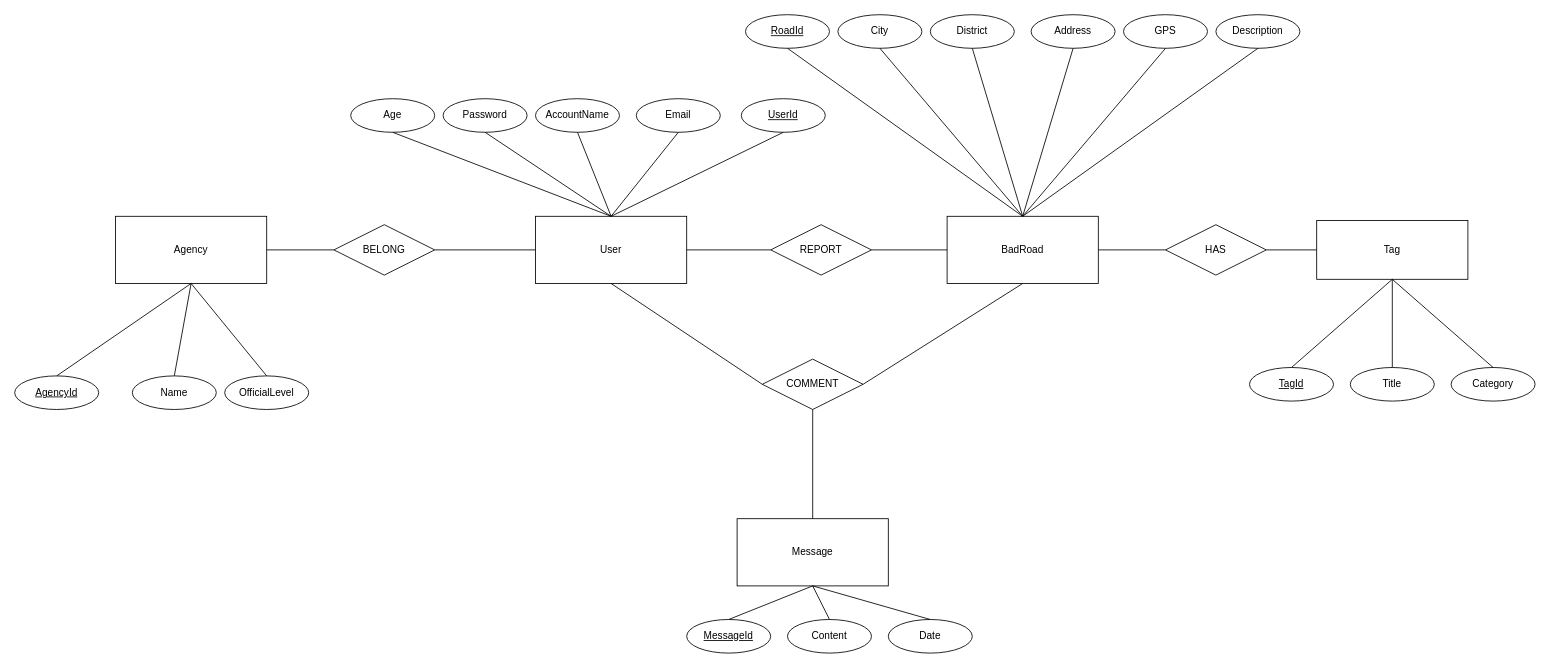
Before: ER/ER.drawio in Rushyuheng/NCKU_CSIE_7300_DBMS_SafeRoadToHome, a draw.io diagram. Source tidied: cells renumbered, new cells numbered last; positions are measured from the earlier drawing's top-left corner, leaving out a move shared by most shapes. Both pictures are drawn from the tidied source at 84%, with x=0, y=0 at pixel (14, 14).
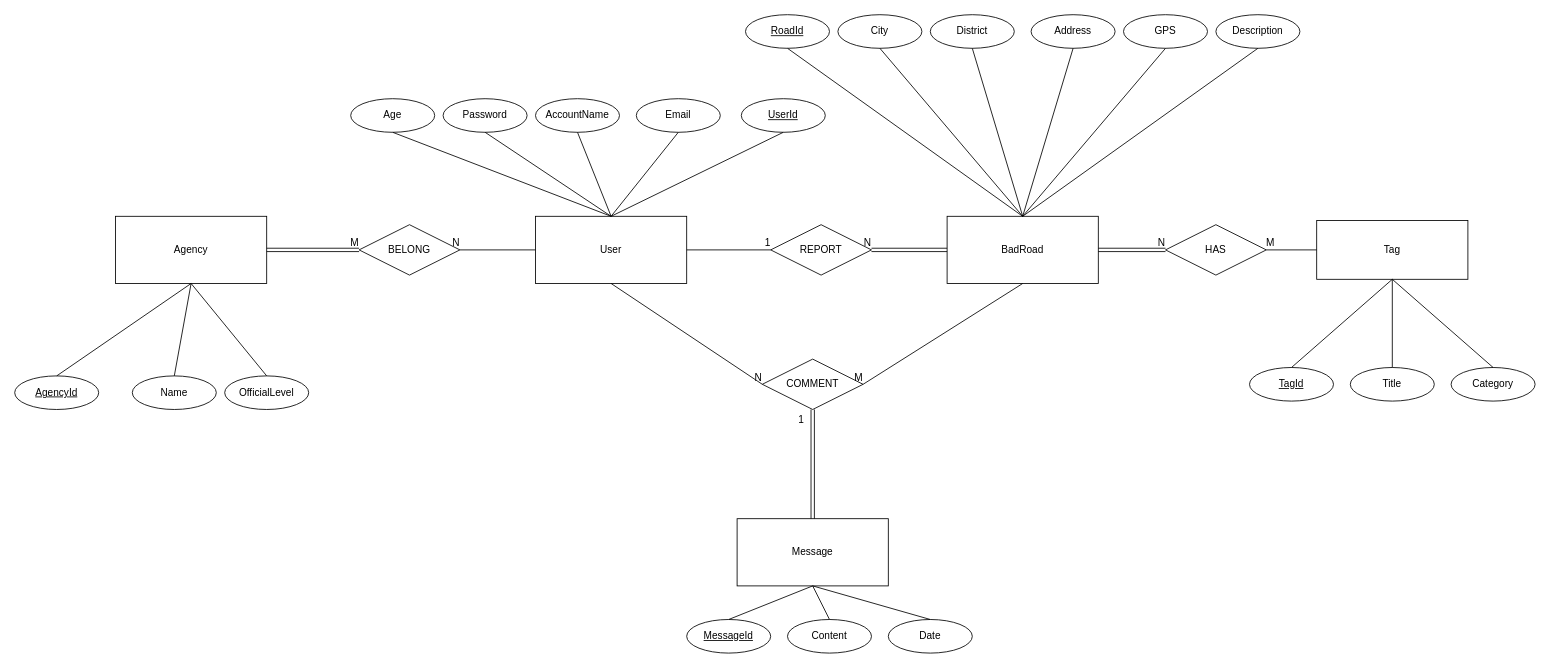
The same diagram, later.

The change refers to these unchanged cells:
```xml
<mxCell id="2" value="User" style="whiteSpace=wrap;html=1;align=center;" parent="1" vertex="1">
  <mxGeometry x="620" y="240" width="180" height="80" as="geometry" />
</mxCell>
<mxCell id="3" value="BadRoad" style="whiteSpace=wrap;html=1;align=center;" parent="1" vertex="1">
  <mxGeometry x="1110" y="240" width="180" height="80" as="geometry" />
</mxCell>
<mxCell id="4" value="REPORT" style="shape=rhombus;perimeter=rhombusPerimeter;whiteSpace=wrap;html=1;align=center;" parent="1" vertex="1">
  <mxGeometry x="900" y="250" width="120" height="60" as="geometry" />
</mxCell>
<mxCell id="7" value="Message" style="whiteSpace=wrap;html=1;align=center;" parent="1" vertex="1">
  <mxGeometry x="860" y="600" width="180" height="80" as="geometry" />
</mxCell>
<mxCell id="8" value="COMMENT" style="shape=rhombus;perimeter=rhombusPerimeter;whiteSpace=wrap;html=1;align=center;" parent="1" vertex="1">
  <mxGeometry x="890" y="410" width="120" height="60" as="geometry" />
</mxCell>
<mxCell id="12" value="Tag" style="whiteSpace=wrap;html=1;align=center;" parent="1" vertex="1">
  <mxGeometry x="1550" y="245" width="180" height="70" as="geometry" />
</mxCell>
<mxCell id="13" value="HAS" style="shape=rhombus;perimeter=rhombusPerimeter;whiteSpace=wrap;html=1;align=center;" parent="1" vertex="1">
  <mxGeometry x="1370" y="250" width="120" height="60" as="geometry" />
</mxCell>
<mxCell id="16" value="Agency" style="whiteSpace=wrap;html=1;align=center;" parent="1" vertex="1">
  <mxGeometry x="120" y="240" width="180" height="80" as="geometry" />
</mxCell>
```

Change to the diagram source:
```diff
@@
-    <mxCell id="5" style="endArrow=none;html=1;rounded=0;exitX=1;exitY=0.5;exitDx=0;exitDy=0;" parent="1" edge="1" source="2" target="4">
-      <mxGeometry relative="1" as="geometry" />
-    </mxCell>
-    <mxCell id="6" style="endArrow=none;html=1;rounded=0;exitX=1;exitY=0.5;exitDx=0;exitDy=0;entryX=0;entryY=0.5;entryDx=0;entryDy=0;" parent="1" edge="1" source="4" target="3">
-      <mxGeometry relative="1" as="geometry" />
-    </mxCell>
@@
-    <mxCell id="9" style="endArrow=none;html=1;rounded=0;exitX=0.5;exitY=1;exitDx=0;exitDy=0;entryX=0;entryY=0.5;entryDx=0;entryDy=0;" parent="1" edge="1" source="2" target="8">
-      <mxGeometry relative="1" as="geometry" />
-    </mxCell>
-    <mxCell id="10" style="endArrow=none;html=1;rounded=0;entryX=0.5;entryY=1;entryDx=0;entryDy=0;exitX=1;exitY=0.5;exitDx=0;exitDy=0;" parent="1" edge="1" source="8" target="3">
-      <mxGeometry relative="1" as="geometry" />
-    </mxCell>
-    <mxCell id="11" style="endArrow=none;html=1;rounded=0;exitX=0.5;exitY=1;exitDx=0;exitDy=0;entryX=0.5;entryY=0;entryDx=0;entryDy=0;" parent="1" edge="1" source="8" target="7">
-      <mxGeometry relative="1" as="geometry" />
-    </mxCell>
@@
-    <mxCell id="14" style="endArrow=none;html=1;rounded=0;exitX=1;exitY=0.5;exitDx=0;exitDy=0;entryX=0;entryY=0.5;entryDx=0;entryDy=0;" parent="1" edge="1" source="3" target="13">
-      <mxGeometry relative="1" as="geometry" />
-    </mxCell>
-    <mxCell id="15" style="endArrow=none;html=1;rounded=0;exitX=1;exitY=0.5;exitDx=0;exitDy=0;entryX=0;entryY=0.5;entryDx=0;entryDy=0;" parent="1" edge="1" source="13" target="12">
-      <mxGeometry relative="1" as="geometry" />
-    </mxCell>
@@
     <mxCell id="17" value="BELONG" style="shape=rhombus;perimeter=rhombusPerimeter;whiteSpace=wrap;html=1;align=center;" parent="1" vertex="1">
-      <mxGeometry x="380" y="250" width="120" height="60" as="geometry" />
+      <mxGeometry x="410" y="250" width="120" height="60" as="geometry" />
     </mxCell>
-    <mxCell id="18" style="endArrow=none;html=1;rounded=0;exitX=1;exitY=0.5;exitDx=0;exitDy=0;entryX=0;entryY=0.5;entryDx=0;entryDy=0;" parent="1" edge="1" source="16" target="17">
-      <mxGeometry relative="1" as="geometry" />
-    </mxCell>
-    <mxCell id="19" style="endArrow=none;html=1;rounded=0;exitX=1;exitY=0.5;exitDx=0;exitDy=0;entryX=0;entryY=0.5;entryDx=0;entryDy=0;" parent="1" edge="1" source="17" target="2">
-      <mxGeometry relative="1" as="geometry" />
-    </mxCell>
@@
+    <mxCell id="60" style="endArrow=none;html=1;rounded=0;entryX=1;entryY=0.5;entryDx=0;entryDy=0;exitX=0;exitY=0.5;exitDx=0;exitDy=0;" parent="1" edge="1" source="2" target="17">
+      <mxGeometry relative="1" as="geometry" />
+    </mxCell>
+    <mxCell id="61" value="N" style="html=1;align=right;verticalAlign=bottom;" parent="60" vertex="1">
+      <mxGeometry x="1" relative="1" as="geometry" />
+    </mxCell>
+    <mxCell id="18" style="shape=link;html=1;rounded=0;exitX=1;exitY=0.5;exitDx=0;exitDy=0;entryX=0;entryY=0.5;entryDx=0;entryDy=0;" parent="1" edge="1" source="16" target="17">
+      <mxGeometry relative="1" as="geometry" />
+    </mxCell>
+    <mxCell id="62" value="M" style="html=1;align=right;verticalAlign=bottom;" parent="18" vertex="1">
+      <mxGeometry x="1" relative="1" as="geometry" />
+    </mxCell>
+    <mxCell id="63" style="shape=link;html=1;rounded=0;entryX=1;entryY=0.5;entryDx=0;entryDy=0;exitX=0;exitY=0.5;exitDx=0;exitDy=0;" parent="1" edge="1" source="3" target="4">
+      <mxGeometry relative="1" as="geometry" />
+    </mxCell>
+    <mxCell id="64" value="N" style="html=1;align=right;verticalAlign=bottom;" parent="63" vertex="1">
+      <mxGeometry x="1" relative="1" as="geometry" />
+    </mxCell>
+    <mxCell id="5" style="endArrow=none;html=1;rounded=0;exitX=1;exitY=0.5;exitDx=0;exitDy=0;entryX=0;entryY=0.5;entryDx=0;entryDy=0;" parent="1" edge="1" source="2" target="4">
+      <mxGeometry relative="1" as="geometry" />
+    </mxCell>
+    <mxCell id="65" value="1" style="html=1;align=right;verticalAlign=bottom;" parent="5" vertex="1">
+      <mxGeometry x="1" relative="1" as="geometry" />
+    </mxCell>
+    <mxCell id="66" style="endArrow=none;html=1;rounded=0;entryX=1;entryY=0.5;entryDx=0;entryDy=0;exitX=0;exitY=0.5;exitDx=0;exitDy=0;" parent="1" edge="1" source="12" target="13">
+      <mxGeometry relative="1" as="geometry" />
+    </mxCell>
+    <mxCell id="67" value="M" style="html=1;align=right;verticalAlign=bottom;" parent="66" vertex="1">
+      <mxGeometry x="1" relative="1" as="geometry">
+        <mxPoint x="10" as="offset" />
+      </mxGeometry>
+    </mxCell>
+    <mxCell id="14" style="shape=link;html=1;rounded=0;exitX=1;exitY=0.5;exitDx=0;exitDy=0;entryX=0;entryY=0.5;entryDx=0;entryDy=0;" parent="1" edge="1" source="3" target="13">
+      <mxGeometry relative="1" as="geometry" />
+    </mxCell>
+    <mxCell id="68" value="N" style="html=1;align=right;verticalAlign=bottom;" parent="14" vertex="1">
+      <mxGeometry x="1" relative="1" as="geometry" />
+    </mxCell>
+    <mxCell id="69" style="shape=link;html=1;rounded=0;entryX=0.5;entryY=1;entryDx=0;entryDy=0;exitX=0.5;exitY=0;exitDx=0;exitDy=0;" parent="1" edge="1" source="7" target="8">
+      <mxGeometry relative="1" as="geometry" />
+    </mxCell>
+    <mxCell id="70" value="1" style="html=1;align=right;verticalAlign=bottom;" parent="69" vertex="1">
+      <mxGeometry x="1" relative="1" as="geometry">
+        <mxPoint x="-10" y="20" as="offset" />
+      </mxGeometry>
+    </mxCell>
+    <mxCell id="9" style="endArrow=none;html=1;rounded=0;exitX=0.5;exitY=1;exitDx=0;exitDy=0;entryX=0;entryY=0.5;entryDx=0;entryDy=0;" parent="1" edge="1" source="2" target="8">
+      <mxGeometry relative="1" as="geometry" />
+    </mxCell>
+    <mxCell id="71" value="N" style="html=1;align=right;verticalAlign=bottom;" parent="9" vertex="1">
+      <mxGeometry x="1" relative="1" as="geometry" />
+    </mxCell>
+    <mxCell id="72" style="endArrow=none;html=1;rounded=0;entryX=1;entryY=0.5;entryDx=0;entryDy=0;exitX=0.5;exitY=1;exitDx=0;exitDy=0;" parent="1" edge="1" source="3" target="8">
+      <mxGeometry relative="1" as="geometry" />
+    </mxCell>
+    <mxCell id="73" value="M" style="html=1;align=right;verticalAlign=bottom;" parent="72" vertex="1">
+      <mxGeometry x="1" relative="1" as="geometry" />
+    </mxCell>
```
